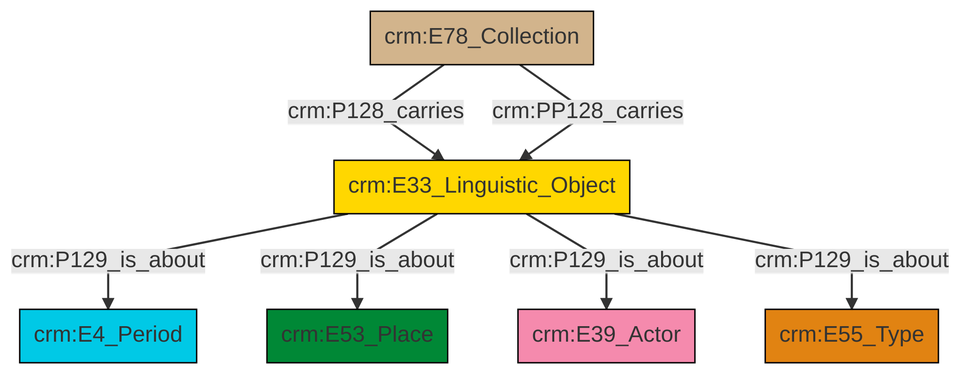
The Mermaid diagram et/archivalCSV/ttl/mmd/png/archival_aboutness.png in swiss-art-research-net/docs.swissartresearch, before a commit. Its source is kept beside it as et/archivalCSV/ttl/mmd/archival_aboutness.ttl.mmd.
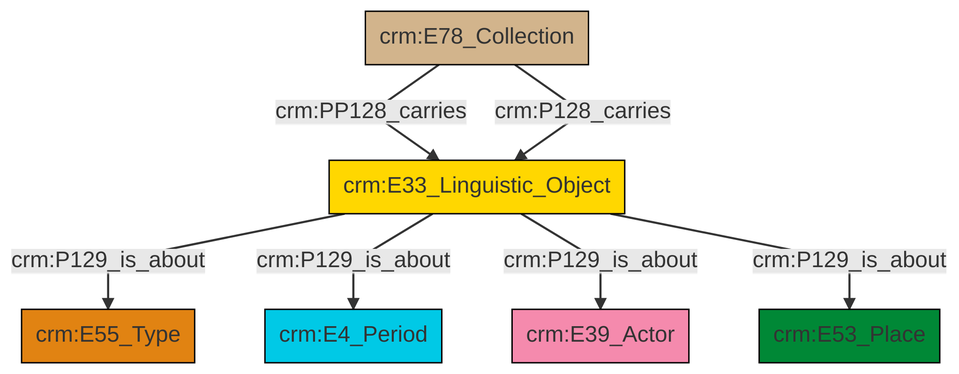
Later version of the same file.

Change to the diagram source:
```diff
@@ -13,9 +13,9 @@
 classDef PC_Classes fill:#4ce600, stroke:#000000;
 classDef Multi fill:#cccccc,stroke:#000000;
 
-0["crm:E33_Linguistic_Object"]:::Conceptual_Object -->|crm:P129_is_about| 2["crm:E4_Period"]:::Temporal_Entity
-3["crm:E78_Collection"]:::Physical_Thing -->|crm:P128_carries| 0["crm:E33_Linguistic_Object"]:::Conceptual_Object
-3["crm:E78_Collection"]:::Physical_Thing -->|crm:PP128_carries| 0["crm:E33_Linguistic_Object"]:::Conceptual_Object
-0["crm:E33_Linguistic_Object"]:::Conceptual_Object -->|crm:P129_is_about| 10["crm:E53_Place"]:::Place
-0["crm:E33_Linguistic_Object"]:::Conceptual_Object -->|crm:P129_is_about| 5["crm:E39_Actor"]:::Actor
-0["crm:E33_Linguistic_Object"]:::Conceptual_Object -->|crm:P129_is_about| 7["crm:E55_Type"]:::Type
+8["crm:E33_Linguistic_Object"]:::Conceptual_Object -->|crm:P129_is_about| 10["crm:E55_Type"]:::Type
+2["crm:E78_Collection"]:::Physical_Thing -->|crm:PP128_carries| 8["crm:E33_Linguistic_Object"]:::Conceptual_Object
+8["crm:E33_Linguistic_Object"]:::Conceptual_Object -->|crm:P129_is_about| 0["crm:E4_Period"]:::Temporal_Entity
+8["crm:E33_Linguistic_Object"]:::Conceptual_Object -->|crm:P129_is_about| 4["crm:E39_Actor"]:::Actor
+2["crm:E78_Collection"]:::Physical_Thing -->|crm:P128_carries| 8["crm:E33_Linguistic_Object"]:::Conceptual_Object
+8["crm:E33_Linguistic_Object"]:::Conceptual_Object -->|crm:P129_is_about| 6["crm:E53_Place"]:::Place
```
